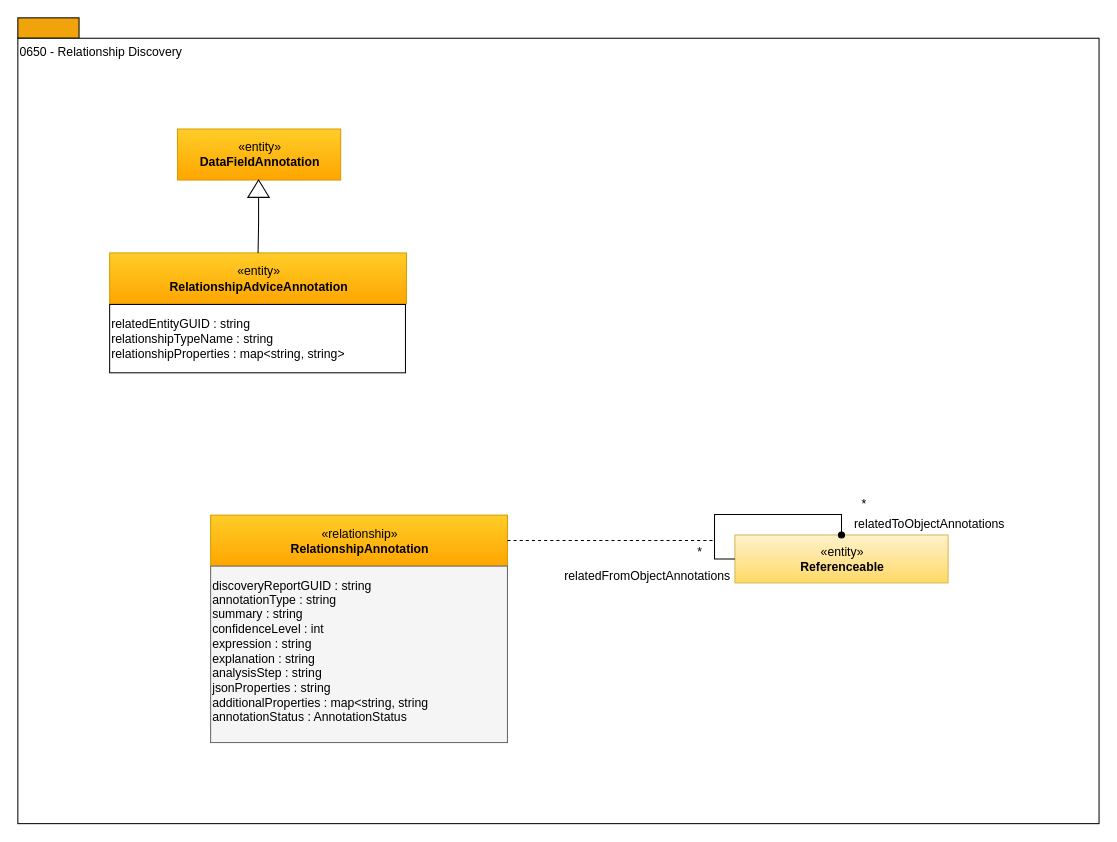
Before: page "0650-Relationship-Discovery" (12 of 14) of site/docs/types/6/area-6-discovery.drawio in odpi/egeria-docs, a draw.io diagram. Source tidied: cells renumbered, new cells numbered last; positions are measured from the earlier drawing's top-left corner, leaving out a move shared by most shapes. Both pictures are drawn from the tidied source at 102%, with x=0, y=0 at pixel (17, 17).
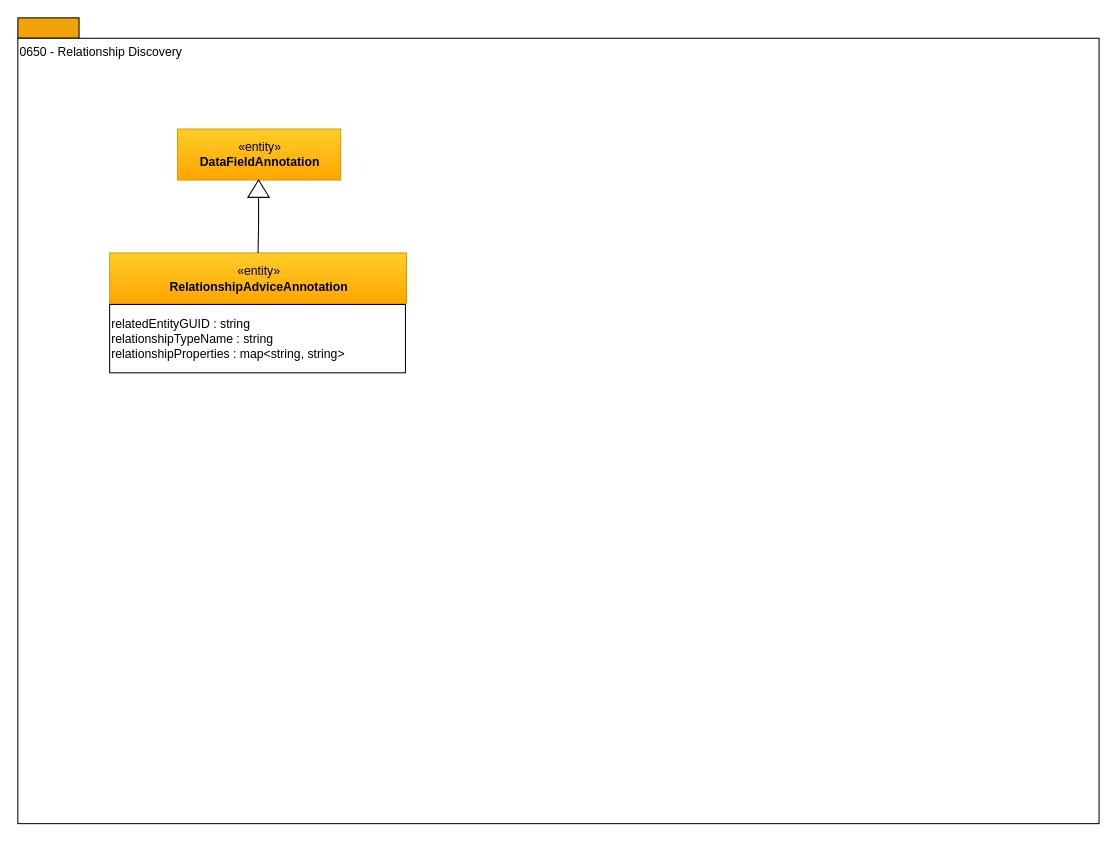
After the change.

What changed in the source:
```diff
@@
-    <mxCell id="9" value="«relationship»&lt;br&gt;&lt;b&gt;RelationshipAnnotation&lt;/b&gt;" style="html=1;strokeColor=#d79b00;align=center;fillColor=#ffcd28;gradientColor=#ffa500;" parent="1" vertex="1">
-      <mxGeometry x="189" y="487.5" width="291" height="50" as="geometry" />
-    </mxCell>
-    <mxCell id="10" value="&lt;pre&gt;&lt;br&gt;&lt;/pre&gt;" style="rounded=0;whiteSpace=wrap;html=1;strokeColor=#666666;align=left;fillColor=#f5f5f5;fontColor=#333333;" parent="1" vertex="1">
-      <mxGeometry x="189" y="537.5" width="291" height="173" as="geometry" />
-    </mxCell>
-    <mxCell id="11" value="«entity»&lt;br&gt;&lt;b&gt;Referenceable&lt;/b&gt;" style="html=1;strokeColor=#d6b656;align=center;fillColor=#fff2cc;gradientColor=#ffd966;" parent="1" vertex="1">
-      <mxGeometry x="703" y="507" width="209" height="47" as="geometry" />
-    </mxCell>
-    <mxCell id="12" style="edgeStyle=orthogonalEdgeStyle;rounded=0;html=1;entryX=0;entryY=0.5;endArrow=none;endFill=0;jettySize=auto;orthogonalLoop=1;startArrow=oval;startFill=1;" parent="1" edge="1" source="11" target="11">
-      <mxGeometry relative="1" as="geometry">
-        <Array as="points">
-          <mxPoint x="808" y="487" />
-          <mxPoint x="683" y="487" />
-          <mxPoint x="683" y="531" />
-        </Array>
-      </mxGeometry>
-    </mxCell>
-    <mxCell id="13" style="endArrow=none;dashed=1;html=1;exitX=1;exitY=0.5;entryX=1.042;entryY=-0.075;entryPerimeter=0;" parent="1" edge="1" source="9" target="17">
-      <mxGeometry relative="1" as="geometry" />
-    </mxCell>
-    <mxCell id="14" value="relatedFromObjectAnnotations" style="text;html=1;strokeColor=none;fillColor=none;align=center;verticalAlign=middle;whiteSpace=wrap;rounded=0;" parent="1" vertex="1">
-      <mxGeometry x="544" y="537.5" width="147" height="20" as="geometry" />
-    </mxCell>
-    <mxCell id="15" value="relatedToObjectAnnotations" style="text;html=1;strokeColor=none;fillColor=none;align=center;verticalAlign=middle;whiteSpace=wrap;rounded=0;" parent="1" vertex="1">
-      <mxGeometry x="808" y="487" width="172" height="20" as="geometry" />
-    </mxCell>
-    <mxCell id="16" value="*" style="text;html=1;strokeColor=none;fillColor=none;align=center;verticalAlign=middle;whiteSpace=wrap;rounded=0;" parent="1" vertex="1">
-      <mxGeometry x="818" y="467" width="24" height="20" as="geometry" />
-    </mxCell>
-    <mxCell id="17" value="*" style="text;html=1;strokeColor=none;fillColor=none;align=center;verticalAlign=middle;whiteSpace=wrap;rounded=0;" parent="1" vertex="1">
-      <mxGeometry x="657" y="514" width="24" height="20" as="geometry" />
-    </mxCell>
-    <mxCell id="18" value="discoveryReportGUID : string&lt;br&gt;&lt;span style=&quot;&quot;&gt;annotationType : string&lt;br&gt;&lt;/span&gt;&lt;span&gt;summary : string&lt;br&gt;&lt;/span&gt;&lt;span&gt;confidenceLevel : int&lt;br&gt;&lt;/span&gt;&lt;span&gt;expression : string&lt;br&gt;&lt;/span&gt;&lt;span&gt;explanation : string&lt;br&gt;&lt;/span&gt;&lt;span&gt;analysisStep : string&lt;br&gt;&lt;/span&gt;&lt;span&gt;jsonProperties : string&lt;br&gt;&lt;/span&gt;&lt;span&gt;additionalProperties : map&amp;lt;string, string&lt;br&gt;&lt;/span&gt;&lt;span&gt;annotationStatus : AnnotationStatus&lt;/span&gt;&lt;span&gt;&lt;br&gt;&lt;/span&gt;" style="text;html=1;align=left;verticalAlign=middle;strokeColor=none;fillColor=none;fontSize=12;" parent="1" vertex="1">
-      <mxGeometry x="189" y="549" width="222" height="144" as="geometry" />
-    </mxCell>
```
